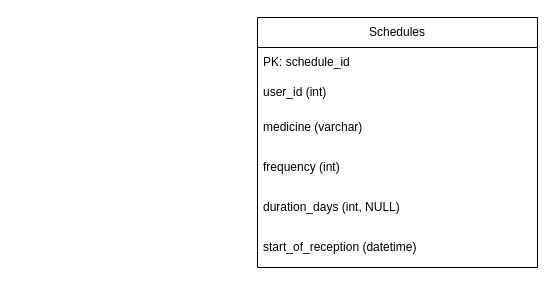
The draw.io diagram diagrams/erd.drawio in polinaboevaa/python-mobile-app, before the edit. Source tidied: cells renumbered, new cells numbered last; positions are measured from the earlier drawing's top-left corner, leaving out a move shared by most shapes. Both pictures are drawn from the tidied source at 100%, with x=0, y=0 at pixel (257, 17).
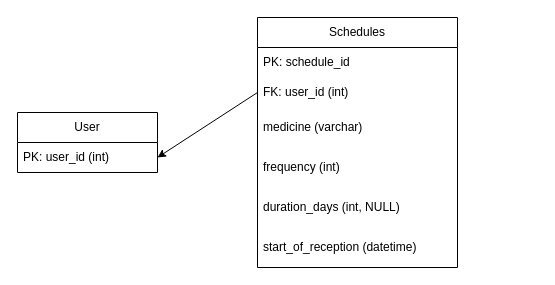
After the change.

Commit message (it also covers changes not shown here):
рефакторинг кода, добавлена отдельная таблица для юзера, поправлены диаграммы

Diff of the diagram source:
```diff
@@
 <mxGraphModel>
   <root>
     <mxCell id="0" />
     <mxCell id="1" parent="0" />
     <mxCell id="2" value="Schedules" style="swimlane;fontStyle=0;horizontal=1;startSize=30;whiteSpace=wrap;html=1;" parent="1" vertex="1">
-      <mxGeometry width="280" height="250" as="geometry" />
+      <mxGeometry width="200" height="250" as="geometry" />
     </mxCell>
     <mxCell id="3" value="PK: schedule_id" style="text;strokeColor=none;fillColor=none;align=left;verticalAlign=middle;spacingLeft=4;spacingRight=4;overflow=hidden;whiteSpace=wrap;html=1;" parent="2" vertex="1">
-      <mxGeometry y="30" width="280" height="30" as="geometry" />
+      <mxGeometry y="30" width="200" height="30" as="geometry" />
     </mxCell>
-    <mxCell id="4" value="user_id (int)" style="text;strokeColor=none;fillColor=none;align=left;verticalAlign=middle;spacingLeft=4;spacingRight=4;overflow=hidden;points=[[0,0.5],[1,0.5]];portConstraint=eastwest;whiteSpace=wrap;html=1;" parent="2" vertex="1">
-      <mxGeometry y="60" width="280" height="30" as="geometry" />
+    <mxCell id="4" value="FK: user_id (int)" style="text;strokeColor=none;fillColor=none;align=left;verticalAlign=middle;spacingLeft=4;spacingRight=4;overflow=hidden;points=[[0,0.5],[1,0.5]];portConstraint=eastwest;whiteSpace=wrap;html=1;" parent="2" vertex="1">
+      <mxGeometry y="60" width="200" height="30" as="geometry" />
     </mxCell>
     <mxCell id="5" value="medicine (varchar)" style="text;strokeColor=none;fillColor=none;align=left;verticalAlign=middle;spacingLeft=4;spacingRight=4;overflow=hidden;whiteSpace=wrap;html=1;" parent="2" vertex="1">
-      <mxGeometry y="90" width="280" height="40" as="geometry" />
+      <mxGeometry y="90" width="200" height="40" as="geometry" />
     </mxCell>
     <mxCell id="6" value="frequency (int)" style="text;strokeColor=none;fillColor=none;align=left;verticalAlign=middle;spacingLeft=4;spacingRight=4;overflow=hidden;whiteSpace=wrap;html=1;" parent="2" vertex="1">
-      <mxGeometry y="130" width="280" height="40" as="geometry" />
+      <mxGeometry y="130" width="200" height="40" as="geometry" />
     </mxCell>
     <mxCell id="7" value="duration_days (int, NULL)" style="text;strokeColor=none;fillColor=none;align=left;verticalAlign=middle;spacingLeft=4;spacingRight=4;overflow=hidden;whiteSpace=wrap;html=1;" parent="2" vertex="1">
-      <mxGeometry y="170" width="280" height="40" as="geometry" />
+      <mxGeometry y="170" width="200" height="40" as="geometry" />
     </mxCell>
     <mxCell id="8" value="start_of_reception (datetime)" style="text;strokeColor=none;fillColor=none;align=left;verticalAlign=middle;spacingLeft=4;spacingRight=4;overflow=hidden;whiteSpace=wrap;html=1;" parent="2" vertex="1">
-      <mxGeometry y="210" width="280" height="40" as="geometry" />
+      <mxGeometry y="210" width="200" height="40" as="geometry" />
     </mxCell>
+    <mxCell id="9" value="User" style="swimlane;fontStyle=0;horizontal=1;startSize=30;whiteSpace=wrap;html=1;" parent="1" vertex="1">
+      <mxGeometry x="-240" y="95" width="140" height="60" as="geometry" />
+    </mxCell>
+    <mxCell id="10" value="PK: user_id (int)" style="text;strokeColor=none;fillColor=none;align=left;verticalAlign=middle;spacingLeft=4;spacingRight=4;overflow=hidden;points=[[0,0.5],[1,0.5]];portConstraint=eastwest;whiteSpace=wrap;html=1;" parent="9" vertex="1">
+      <mxGeometry y="30" width="140" height="30" as="geometry" />
+    </mxCell>
+    <mxCell id="11" style="edgeStyle=none;html=1;exitX=0;exitY=0.5;exitDx=0;exitDy=0;entryX=1;entryY=0.5;entryDx=0;entryDy=0;" parent="1" edge="1" source="4" target="10">
+      <mxGeometry relative="1" as="geometry" />
+    </mxCell>
   </root>
 </mxGraphModel>
```
